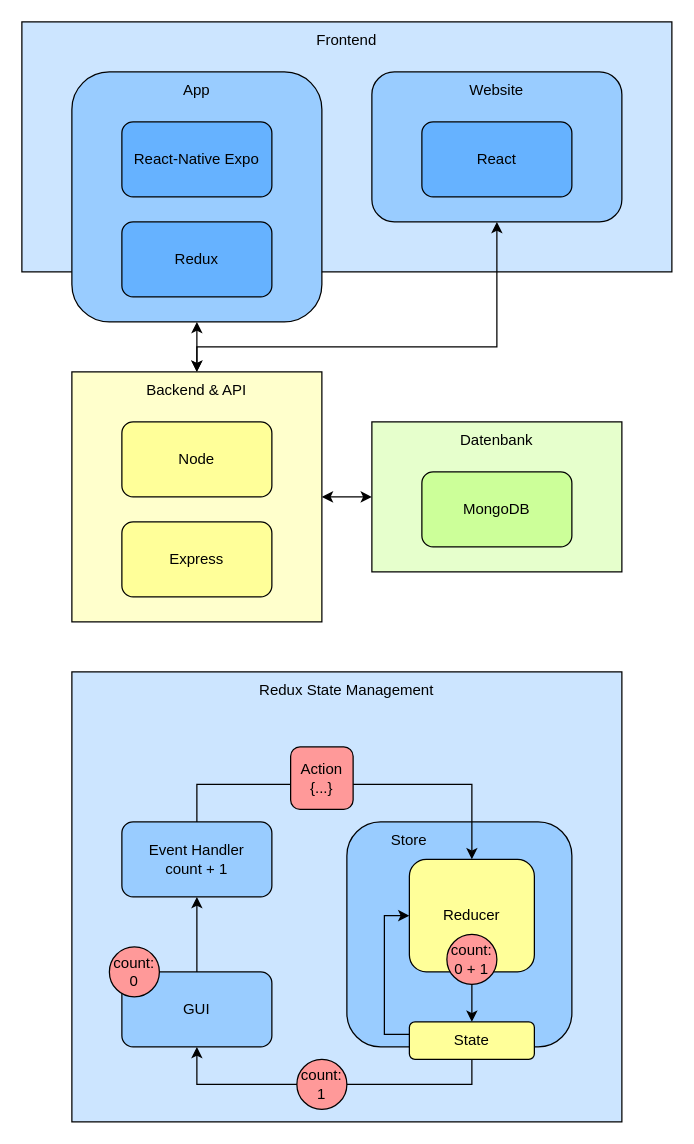
The draw.io diagram resources/softwarearchitektur.drawio in SimonFurtm/hiketours, before the edit. Source tidied: cells renumbered, new cells numbered last; positions are measured from the earlier drawing's top-left corner, leaving out a move shared by most shapes. Both pictures are drawn from the tidied source at 125%, with x=0, y=0 at pixel (21, 21).
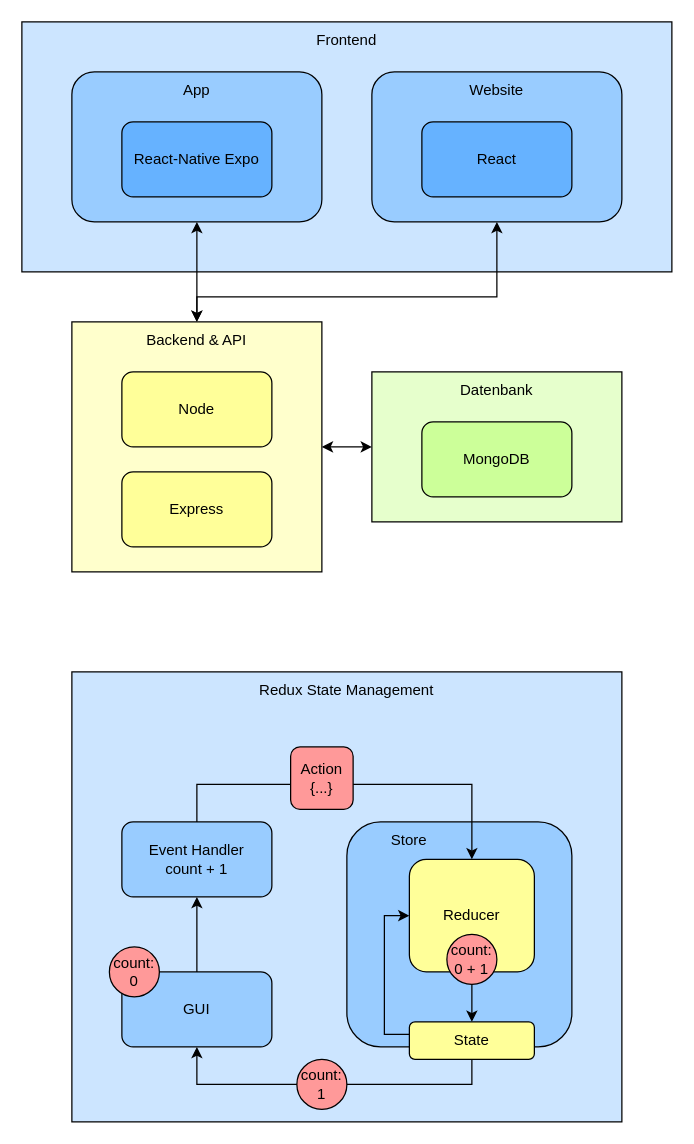
The same page after the edit.

Unchanged cells that the change refers to:
```xml
<mxCell id="10" style="rounded=1;whiteSpace=wrap;html=1;fillColor=#99CCFF;" parent="1" vertex="1">
  <mxGeometry x="280" y="40" width="200" height="120" as="geometry" />
</mxCell>
```

Change to the diagram source:
```diff
@@
     <mxCell id="2" style="rounded=0;whiteSpace=wrap;html=1;fillColor=#E6FFCC;" parent="1" vertex="1">
-      <mxGeometry x="280" y="320" width="200" height="120" as="geometry" />
+      <mxGeometry x="280" y="280" width="200" height="120" as="geometry" />
     </mxCell>
     <mxCell id="3" value="MongoDB" style="rounded=1;whiteSpace=wrap;html=1;fillColor=#CCFF99;" parent="1" vertex="1">
-      <mxGeometry x="320" y="360" width="120" height="60" as="geometry" />
+      <mxGeometry x="320" y="320" width="120" height="60" as="geometry" />
     </mxCell>
     <mxCell id="4" value="Datenbank" style="text;html=1;strokeColor=none;fillColor=none;align=center;verticalAlign=middle;whiteSpace=wrap;rounded=0;" parent="1" vertex="1">
-      <mxGeometry x="350" y="320" width="60" height="30" as="geometry" />
+      <mxGeometry x="350" y="280" width="60" height="30" as="geometry" />
     </mxCell>
@@
     <mxCell id="6" style="rounded=1;whiteSpace=wrap;html=1;strokeColor=#000000;fillColor=#99CCFF;" parent="1" vertex="1">
-      <mxGeometry x="40" y="40" width="200" height="200" as="geometry" />
+      <mxGeometry x="40" y="40" width="200" height="120" as="geometry" />
     </mxCell>
@@
-    <mxCell id="13" value="Redux" style="rounded=1;whiteSpace=wrap;html=1;fillColor=#66B2FF;" parent="1" vertex="1">
-      <mxGeometry x="80" y="160" width="120" height="60" as="geometry" />
-    </mxCell>
     <mxCell id="14" style="rounded=0;whiteSpace=wrap;html=1;fillColor=#FFFFCC;" parent="1" vertex="1">
-      <mxGeometry x="40" y="280" width="200" height="200" as="geometry" />
+      <mxGeometry x="40" y="240" width="200" height="200" as="geometry" />
     </mxCell>
     <mxCell id="15" value="Node" style="rounded=1;whiteSpace=wrap;html=1;fillColor=#FFFF99;" parent="1" vertex="1">
-      <mxGeometry x="80" y="320" width="120" height="60" as="geometry" />
+      <mxGeometry x="80" y="280" width="120" height="60" as="geometry" />
     </mxCell>
     <mxCell id="16" value="Backend &amp;amp; API" style="text;html=1;strokeColor=none;fillColor=none;align=center;verticalAlign=middle;whiteSpace=wrap;rounded=0;" parent="1" vertex="1">
-      <mxGeometry x="90" y="280" width="100" height="30" as="geometry" />
+      <mxGeometry x="90" y="240" width="100" height="30" as="geometry" />
     </mxCell>
     <mxCell id="17" value="Express" style="rounded=1;whiteSpace=wrap;html=1;fillColor=#FFFF99;" parent="1" vertex="1">
-      <mxGeometry x="80" y="400" width="120" height="60" as="geometry" />
+      <mxGeometry x="80" y="360" width="120" height="60" as="geometry" />
     </mxCell>
@@
-    <mxCell id="20" style="endArrow=classic;startArrow=classic;html=1;rounded=0;exitX=0.5;exitY=1;exitDx=0;exitDy=0;entryX=0.5;entryY=0;entryDx=0;entryDy=0;" parent="1" edge="1" source="10" target="16">
-      <mxGeometry relative="1" as="geometry">
-        <Array as="points">
-          <mxPoint x="380" y="260" />
-          <mxPoint x="140" y="260" />
-        </Array>
-      </mxGeometry>
-    </mxCell>
@@
+    <mxCell id="38" style="endArrow=classic;startArrow=classic;html=1;rounded=0;exitX=0.5;exitY=0;exitDx=0;exitDy=0;entryX=0.5;entryY=1;entryDx=0;entryDy=0;" parent="1" edge="1" source="14" target="10">
+      <mxGeometry relative="1" as="geometry">
+        <Array as="points">
+          <mxPoint x="140" y="220" />
+          <mxPoint x="380" y="220" />
+        </Array>
+      </mxGeometry>
+    </mxCell>
```
